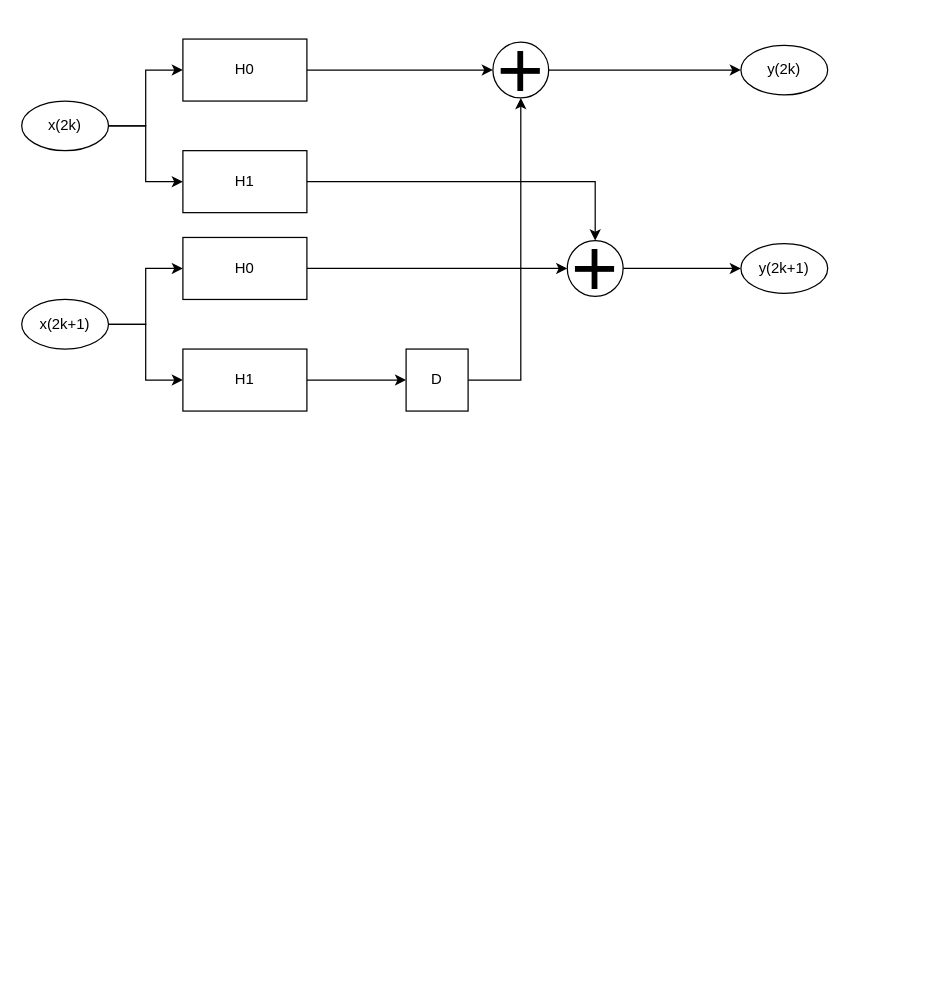
This is convolution.drawio from Chaos1025/DiagramRep, a draw.io file, before an edit. Source tidied: cells renumbered, new cells numbered last; positions are measured from the earlier drawing's top-left corner, leaving out a move shared by most shapes. Both pictures are drawn from the tidied source at 124%, with x=0, y=0 at pixel (21, 38).
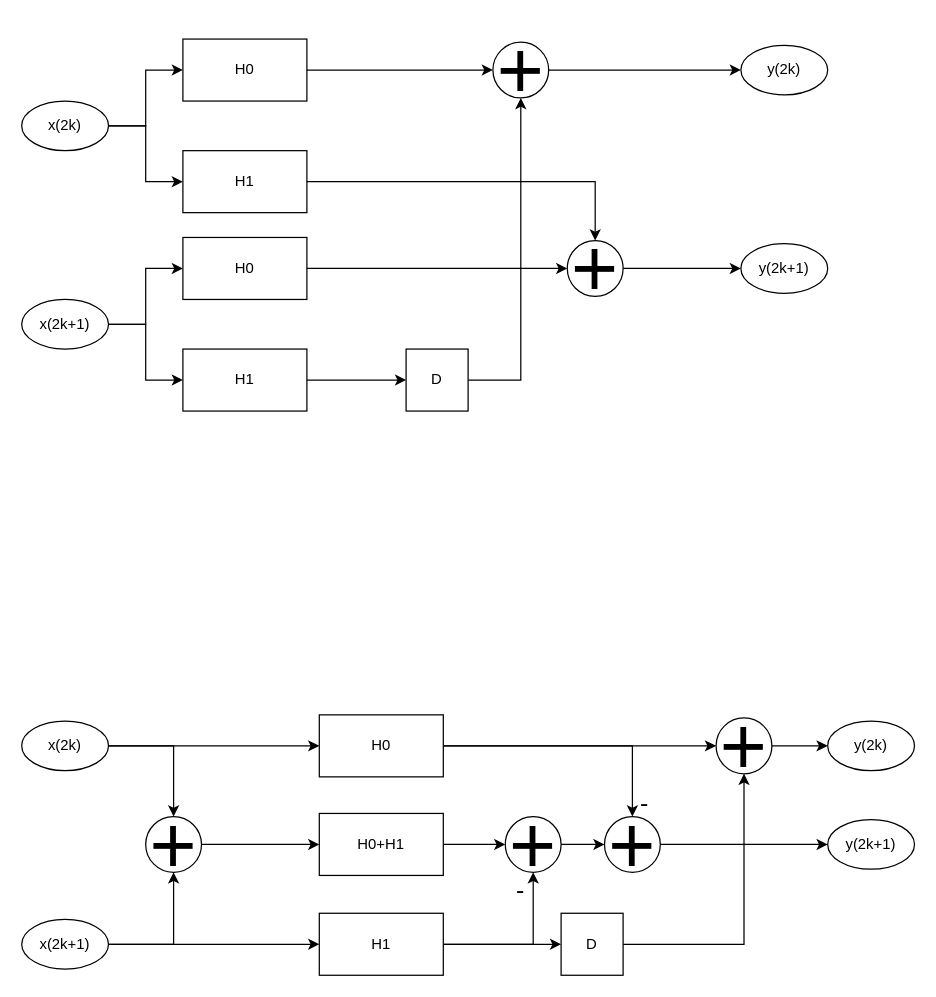
The same diagram, later.

What changed in the source:
```diff
@@
+    <mxCell id="24" style="edgeStyle=orthogonalEdgeStyle;rounded=0;jettySize=auto;html=1;exitX=1;exitY=0.5;exitDx=0;exitDy=0;entryX=0;entryY=0.5;entryDx=0;entryDy=0;" parent="1" edge="1" source="26" target="34">
+      <mxGeometry relative="1" as="geometry" />
+    </mxCell>
+    <mxCell id="25" style="edgeStyle=orthogonalEdgeStyle;rounded=0;jettySize=auto;html=1;exitX=1;exitY=0.5;exitDx=0;exitDy=0;entryX=0.5;entryY=0;entryDx=0;entryDy=0;" parent="1" edge="1" source="26" target="31">
+      <mxGeometry relative="1" as="geometry" />
+    </mxCell>
+    <mxCell id="26" value="x(2k)" style="ellipse;whiteSpace=wrap;html=1;" parent="1" vertex="1">
+      <mxGeometry y="550" width="70" height="40" as="geometry" />
+    </mxCell>
+    <mxCell id="27" style="edgeStyle=orthogonalEdgeStyle;rounded=0;jettySize=auto;html=1;exitX=1;exitY=0.5;exitDx=0;exitDy=0;entryX=0;entryY=0.5;entryDx=0;entryDy=0;" parent="1" edge="1" source="29" target="37">
+      <mxGeometry relative="1" as="geometry" />
+    </mxCell>
+    <mxCell id="28" style="edgeStyle=orthogonalEdgeStyle;rounded=0;jettySize=auto;html=1;exitX=1;exitY=0.5;exitDx=0;exitDy=0;entryX=0.5;entryY=1;entryDx=0;entryDy=0;" parent="1" edge="1" source="29" target="31">
+      <mxGeometry relative="1" as="geometry" />
+    </mxCell>
+    <mxCell id="29" value="x(2k+1)" style="ellipse;whiteSpace=wrap;html=1;" parent="1" vertex="1">
+      <mxGeometry y="710" width="70" height="40" as="geometry" />
+    </mxCell>
+    <mxCell id="30" style="edgeStyle=orthogonalEdgeStyle;rounded=0;jettySize=auto;html=1;exitX=1;exitY=0.5;exitDx=0;exitDy=0;entryX=0;entryY=0.5;entryDx=0;entryDy=0;" parent="1" edge="1" source="31" target="39">
+      <mxGeometry relative="1" as="geometry" />
+    </mxCell>
+    <mxCell id="31" value="&lt;font style=&quot;font-size: 65px;&quot;&gt;+&lt;/font&gt;" style="ellipse;whiteSpace=wrap;html=1;" parent="1" vertex="1">
+      <mxGeometry x="100" y="627" width="45" height="45" as="geometry" />
+    </mxCell>
+    <mxCell id="32" style="edgeStyle=orthogonalEdgeStyle;rounded=0;jettySize=auto;html=1;exitX=1;exitY=0.5;exitDx=0;exitDy=0;entryX=0;entryY=0.5;entryDx=0;entryDy=0;" parent="1" edge="1" source="34" target="45">
+      <mxGeometry relative="1" as="geometry" />
+    </mxCell>
+    <mxCell id="33" style="edgeStyle=orthogonalEdgeStyle;rounded=0;jettySize=auto;html=1;exitX=1;exitY=0.5;exitDx=0;exitDy=0;entryX=0.5;entryY=0;entryDx=0;entryDy=0;" parent="1" edge="1" source="34" target="41">
+      <mxGeometry relative="1" as="geometry" />
+    </mxCell>
+    <mxCell id="34" value="H0" style="rounded=0;whiteSpace=wrap;html=1;" parent="1" vertex="1">
+      <mxGeometry x="240" y="545" width="100" height="50" as="geometry" />
+    </mxCell>
+    <mxCell id="35" style="edgeStyle=orthogonalEdgeStyle;rounded=0;jettySize=auto;html=1;exitX=1;exitY=0.5;exitDx=0;exitDy=0;entryX=0.5;entryY=1;entryDx=0;entryDy=0;" parent="1" edge="1" source="37" target="43">
+      <mxGeometry relative="1" as="geometry" />
+    </mxCell>
+    <mxCell id="36" style="edgeStyle=orthogonalEdgeStyle;rounded=0;jettySize=auto;html=1;exitX=1;exitY=0.5;exitDx=0;exitDy=0;entryX=0;entryY=0.5;entryDx=0;entryDy=0;" parent="1" edge="1" source="37" target="47">
+      <mxGeometry relative="1" as="geometry" />
+    </mxCell>
+    <mxCell id="37" value="H1" style="rounded=0;whiteSpace=wrap;html=1;" parent="1" vertex="1">
+      <mxGeometry x="240" y="705" width="100" height="50" as="geometry" />
+    </mxCell>
+    <mxCell id="38" style="edgeStyle=orthogonalEdgeStyle;rounded=0;jettySize=auto;html=1;exitX=1;exitY=0.5;exitDx=0;exitDy=0;entryX=0;entryY=0.5;entryDx=0;entryDy=0;" parent="1" edge="1" source="39" target="43">
+      <mxGeometry relative="1" as="geometry" />
+    </mxCell>
+    <mxCell id="39" value="H0+H1" style="rounded=0;whiteSpace=wrap;html=1;" parent="1" vertex="1">
+      <mxGeometry x="240" y="624.5" width="100" height="50" as="geometry" />
+    </mxCell>
+    <mxCell id="40" style="edgeStyle=orthogonalEdgeStyle;rounded=0;jettySize=auto;html=1;exitX=1;exitY=0.5;exitDx=0;exitDy=0;" parent="1" edge="1" source="41" target="49">
+      <mxGeometry relative="1" as="geometry" />
+    </mxCell>
+    <mxCell id="41" value="&lt;font style=&quot;font-size: 65px;&quot;&gt;+&lt;/font&gt;" style="ellipse;whiteSpace=wrap;html=1;" parent="1" vertex="1">
+      <mxGeometry x="470" y="627" width="45" height="45" as="geometry" />
+    </mxCell>
+    <mxCell id="42" style="edgeStyle=orthogonalEdgeStyle;rounded=0;jettySize=auto;html=1;exitX=1;exitY=0.5;exitDx=0;exitDy=0;entryX=0;entryY=0.5;entryDx=0;entryDy=0;" parent="1" edge="1" source="43" target="41">
+      <mxGeometry relative="1" as="geometry" />
+    </mxCell>
+    <mxCell id="43" value="&lt;font style=&quot;font-size: 65px;&quot;&gt;+&lt;/font&gt;" style="ellipse;whiteSpace=wrap;html=1;" parent="1" vertex="1">
+      <mxGeometry x="390" y="627" width="45" height="45" as="geometry" />
+    </mxCell>
+    <mxCell id="44" style="edgeStyle=orthogonalEdgeStyle;rounded=0;jettySize=auto;html=1;exitX=1;exitY=0.5;exitDx=0;exitDy=0;entryX=0;entryY=0.5;entryDx=0;entryDy=0;" parent="1" edge="1" source="45" target="48">
+      <mxGeometry relative="1" as="geometry" />
+    </mxCell>
+    <mxCell id="45" value="&lt;font style=&quot;font-size: 65px;&quot;&gt;+&lt;/font&gt;" style="ellipse;whiteSpace=wrap;html=1;" parent="1" vertex="1">
+      <mxGeometry x="560" y="547.5" width="45" height="45" as="geometry" />
+    </mxCell>
+    <mxCell id="46" style="edgeStyle=orthogonalEdgeStyle;rounded=0;jettySize=auto;html=1;exitX=1;exitY=0.5;exitDx=0;exitDy=0;entryX=0.5;entryY=1;entryDx=0;entryDy=0;" parent="1" edge="1" source="47" target="45">
+      <mxGeometry relative="1" as="geometry" />
+    </mxCell>
+    <mxCell id="47" value="D" style="rounded=0;whiteSpace=wrap;html=1;" parent="1" vertex="1">
+      <mxGeometry x="435" y="705" width="50" height="50" as="geometry" />
+    </mxCell>
+    <mxCell id="48" value="y(2k)" style="ellipse;whiteSpace=wrap;html=1;" parent="1" vertex="1">
+      <mxGeometry x="650" y="550" width="70" height="40" as="geometry" />
+    </mxCell>
+    <mxCell id="49" value="y(2k+1)" style="ellipse;whiteSpace=wrap;html=1;" parent="1" vertex="1">
+      <mxGeometry x="650" y="629.5" width="70" height="40" as="geometry" />
+    </mxCell>
+    <mxCell id="50" value="&lt;font style=&quot;font-size: 20px;&quot;&gt;-&lt;/font&gt;" style="text;html=1;strokeColor=none;fillColor=none;align=center;verticalAlign=middle;whiteSpace=wrap;rounded=0;" parent="1" vertex="1">
+      <mxGeometry x="390" y="669.5" width="25" height="30" as="geometry" />
+    </mxCell>
+    <mxCell id="51" value="&lt;font style=&quot;font-size: 20px;&quot;&gt;-&lt;/font&gt;" style="text;html=1;strokeColor=none;fillColor=none;align=center;verticalAlign=middle;whiteSpace=wrap;rounded=0;" parent="1" vertex="1">
+      <mxGeometry x="490" y="599.5" width="25" height="30" as="geometry" />
+    </mxCell>
```
